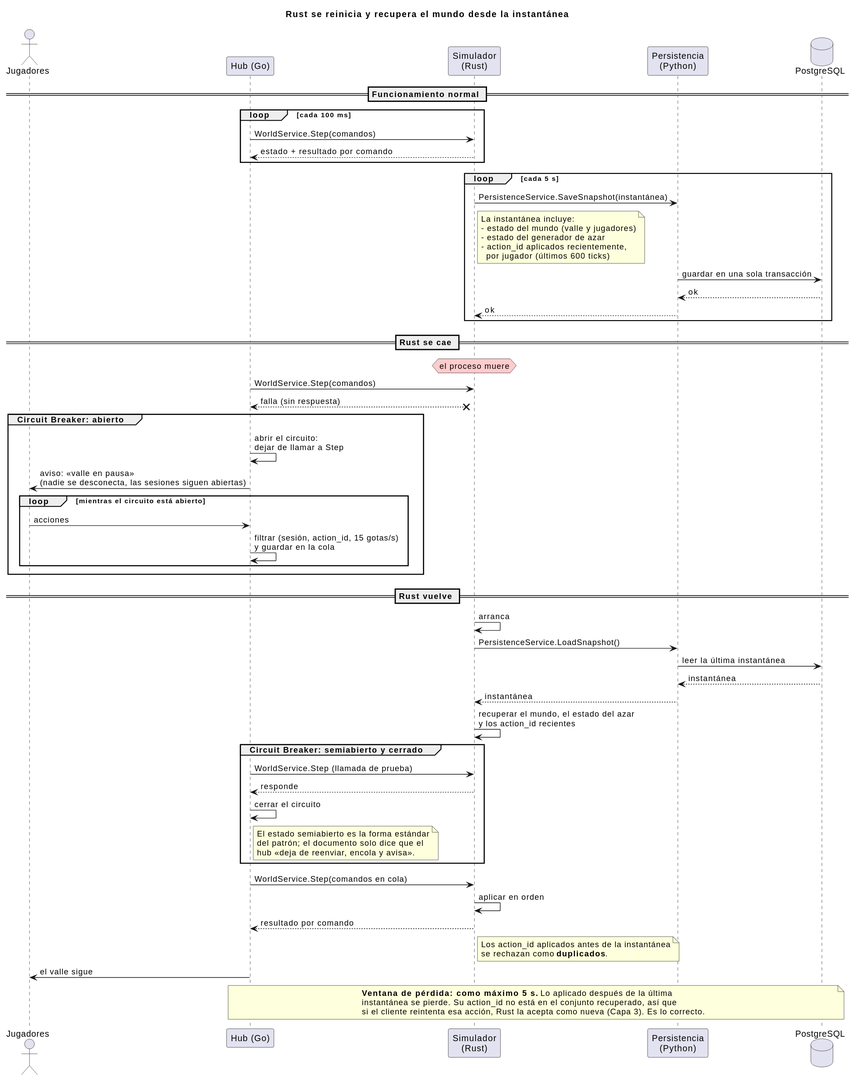
Before: docs/diagrams/04-secuencia-reinicio-rust.svg, a diagram exported from PlantUML (iadev2005/hydrovalley). Source of this version:
```plantuml
@startuml
title Rust se reinicia y recupera el mundo desde la instantánea

actor "Jugadores" as Players
participant "Hub (Go)" as Hub
participant "Simulador\n(Rust)" as World
participant "Persistencia\n(Python)" as Persistence
database "PostgreSQL" as Db

== Funcionamiento normal ==

loop cada 100 ms
  Hub -> World : WorldService.Step(comandos)
  World --> Hub : estado + resultado por comando
end

loop cada 5 s
  World -> Persistence : PersistenceService.SaveSnapshot(instantánea)
  note right of World
    La instantánea incluye:
    - estado del mundo (valle y jugadores)
    - estado del generador de azar
    - action_id aplicados recientemente,
      por jugador (últimos 600 ticks)
  end note
  Persistence -> Db : guardar en una sola transacción
  Db --> Persistence : ok
  Persistence --> World : ok
end

== Rust se cae ==

hnote over World #FFCCCC : el proceso muere
Hub -> World : WorldService.Step(comandos)
Hub <--x World : falla (sin respuesta)

group Circuit Breaker: abierto
  Hub -> Hub : abrir el circuito:\ndejar de llamar a Step
  Hub -> Players : aviso: «valle en pausa»\n(nadie se desconecta, las sesiones siguen abiertas)
  loop mientras el circuito está abierto
    Players -> Hub : acciones
    Hub -> Hub : filtrar (sesión, action_id, 15 gotas/s)\ny guardar en la cola
  end
end

== Rust vuelve ==

World -> World : arranca
World -> Persistence : PersistenceService.LoadSnapshot()
Persistence -> Db : leer la última instantánea
Db --> Persistence : instantánea
Persistence --> World : instantánea
World -> World : recuperar el mundo, el estado del azar\ny los action_id recientes

group Circuit Breaker: semiabierto y cerrado
  Hub -> World : WorldService.Step (llamada de prueba)
  World --> Hub : responde
  Hub -> Hub : cerrar el circuito
  note right of Hub
    El estado semiabierto es la forma estándar
    del patrón; el documento solo dice que el
    hub «deja de reenviar, encola y avisa».
  end note
end

Hub -> World : WorldService.Step(comandos en cola)
World -> World : aplicar en orden
World --> Hub : resultado por comando
note right of World
  Los action_id aplicados antes de la instantánea
  se rechazan como <b>duplicados</b>.
end note
Hub -> Players : el valle sigue

note over Hub, Db
  <b>Ventana de pérdida: como máximo 5 s.</b> Lo aplicado después de la última
  instantánea se pierde. Su action_id no está en el conjunto recuperado, así que
  si el cliente reintenta esa acción, Rust la acepta como nueva (Capa 3). Es lo correcto.
end note
@enduml
```
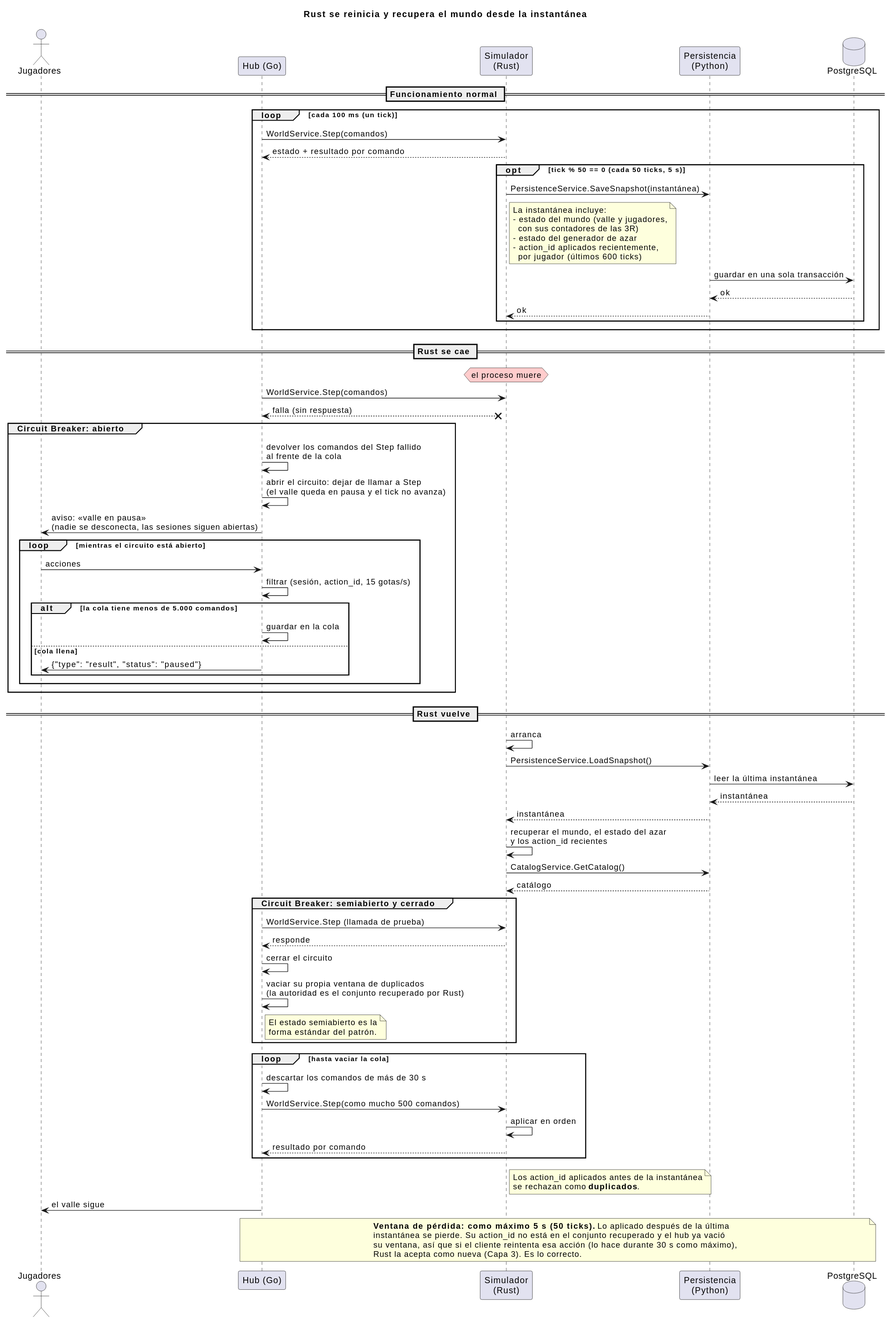
Above is the later version.

The edit, as a diff of the source:
```diff
@@ -9,23 +9,23 @@
 
 == Funcionamiento normal ==
 
-loop cada 100 ms
+loop cada 100 ms (un tick)
   Hub -> World : WorldService.Step(comandos)
   World --> Hub : estado + resultado por comando
-end
-
-loop cada 5 s
-  World -> Persistence : PersistenceService.SaveSnapshot(instantánea)
-  note right of World
-    La instantánea incluye:
-    - estado del mundo (valle y jugadores)
-    - estado del generador de azar
-    - action_id aplicados recientemente,
-      por jugador (últimos 600 ticks)
-  end note
-  Persistence -> Db : guardar en una sola transacción
-  Db --> Persistence : ok
-  Persistence --> World : ok
+  opt tick % 50 == 0 (cada 50 ticks, 5 s)
+    World -> Persistence : PersistenceService.SaveSnapshot(instantánea)
+    note right of World
+      La instantánea incluye:
+      - estado del mundo (valle y jugadores,
+        con sus contadores de las 3R)
+      - estado del generador de azar
+      - action_id aplicados recientemente,
+        por jugador (últimos 600 ticks)
+    end note
+    Persistence -> Db : guardar en una sola transacción
+    Db --> Persistence : ok
+    Persistence --> World : ok
+  end
 end
 
 == Rust se cae ==
@@ -35,11 +35,17 @@
 Hub <--x World : falla (sin respuesta)
 
 group Circuit Breaker: abierto
-  Hub -> Hub : abrir el circuito:\ndejar de llamar a Step
+  Hub -> Hub : devolver los comandos del Step fallido\nal frente de la cola
+  Hub -> Hub : abrir el circuito: dejar de llamar a Step\n(el valle queda en pausa y el tick no avanza)
   Hub -> Players : aviso: «valle en pausa»\n(nadie se desconecta, las sesiones siguen abiertas)
   loop mientras el circuito está abierto
     Players -> Hub : acciones
-    Hub -> Hub : filtrar (sesión, action_id, 15 gotas/s)\ny guardar en la cola
+    Hub -> Hub : filtrar (sesión, action_id, 15 gotas/s)
+    alt la cola tiene menos de 5.000 comandos
+      Hub -> Hub : guardar en la cola
+    else cola llena
+      Hub -> Players : {"type": "result", "status": "paused"}
+    end
   end
 end
 
@@ -51,21 +57,26 @@
 Db --> Persistence : instantánea
 Persistence --> World : instantánea
 World -> World : recuperar el mundo, el estado del azar\ny los action_id recientes
+World -> Persistence : CatalogService.GetCatalog()
+Persistence --> World : catálogo
 
 group Circuit Breaker: semiabierto y cerrado
   Hub -> World : WorldService.Step (llamada de prueba)
   World --> Hub : responde
   Hub -> Hub : cerrar el circuito
+  Hub -> Hub : vaciar su propia ventana de duplicados\n(la autoridad es el conjunto recuperado por Rust)
   note right of Hub
-    El estado semiabierto es la forma estándar
-    del patrón; el documento solo dice que el
-    hub «deja de reenviar, encola y avisa».
+    El estado semiabierto es la
+    forma estándar del patrón.
   end note
 end
 
-Hub -> World : WorldService.Step(comandos en cola)
-World -> World : aplicar en orden
-World --> Hub : resultado por comando
+loop hasta vaciar la cola
+  Hub -> Hub : descartar los comandos de más de 30 s
+  Hub -> World : WorldService.Step(como mucho 500 comandos)
+  World -> World : aplicar en orden
+  World --> Hub : resultado por comando
+end
 note right of World
   Los action_id aplicados antes de la instantánea
   se rechazan como <b>duplicados</b>.
@@ -73,8 +84,9 @@
 Hub -> Players : el valle sigue
 
 note over Hub, Db
-  <b>Ventana de pérdida: como máximo 5 s.</b> Lo aplicado después de la última
-  instantánea se pierde. Su action_id no está en el conjunto recuperado, así que
-  si el cliente reintenta esa acción, Rust la acepta como nueva (Capa 3). Es lo correcto.
+  <b>Ventana de pérdida: como máximo 5 s (50 ticks).</b> Lo aplicado después de la última
+  instantánea se pierde. Su action_id no está en el conjunto recuperado y el hub ya vació
+  su ventana, así que si el cliente reintenta esa acción (lo hace durante 30 s como máximo),
+  Rust la acepta como nueva (Capa 3). Es lo correcto.
 end note
 @enduml
```
